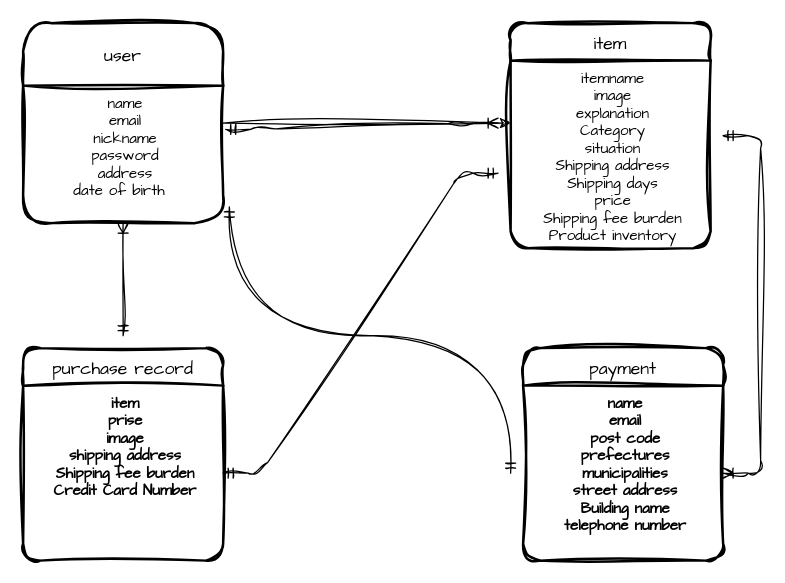
Above: .dio in murakamihibiki/furima-39596 (draw.io), before the change. Source tidied: cells renumbered, new cells numbered last; positions are measured from the earlier drawing's top-left corner, leaving out a move shared by most shapes. Both pictures are drawn from the tidied source at 125%, with x=0, y=0 at pixel (22, 22).
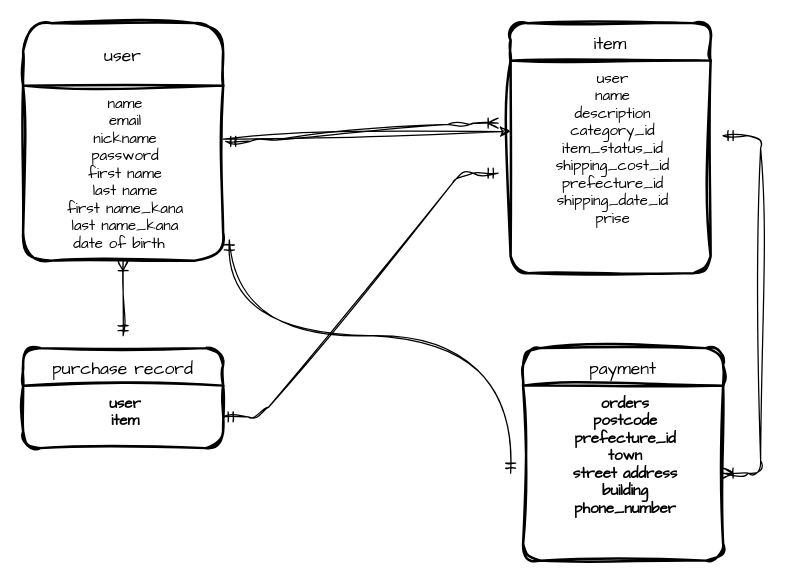
The same page after the edit.

The change refers to these unchanged cells:
```xml
<mxCell id="9" value="payment" style="swimlane;horizontal=1;startSize=30;rounded=1;fontSize=14;fontStyle=0;strokeWidth=2;shadow=0;dashed=0;align=center;sketch=1;hachureGap=4;jiggle=2;curveFitting=1;fontFamily=Architects Daughter;" parent="1" vertex="1">
  <mxGeometry x="400" y="260" width="160" height="170" as="geometry" />
</mxCell>
```

The edit, as a diff of the source:
```diff
@@
     <mxCell id="3" value="user" style="swimlane;horizontal=1;startSize=50;rounded=1;fontSize=14;fontStyle=0;strokeWidth=2;shadow=0;dashed=0;align=center;sketch=1;curveFitting=1;jiggle=2;fontFamily=Architects Daughter;" parent="1" vertex="1">
-      <mxGeometry width="160" height="160" as="geometry" />
+      <mxGeometry width="160" height="190" as="geometry" />
     </mxCell>
-    <mxCell id="4" value="name&#10;email&#10;nickname&#10;password&#10;address&#10;date of birth  &#10;" style="align=center;strokeColor=none;fillColor=none;spacingLeft=4;fontSize=12;verticalAlign=top;sketch=1;curveFitting=1;jiggle=2;fontFamily=Architects Daughter;" parent="3" vertex="1">
-      <mxGeometry y="50" width="160" height="110" as="geometry" />
+    <mxCell id="4" value="name&#10;email&#10;nickname&#10;password&#10;first name&#10;last name&#10;first name_kana&#10;last name_kana&#10;date of birth  &#10;" style="align=center;strokeColor=none;fillColor=none;spacingLeft=4;fontSize=12;verticalAlign=top;sketch=1;curveFitting=1;jiggle=2;fontFamily=Architects Daughter;" parent="3" vertex="1">
+      <mxGeometry y="50" width="160" height="140" as="geometry" />
     </mxCell>
     <mxCell id="5" value="item" style="swimlane;horizontal=1;startSize=30;rounded=1;fontSize=14;fontStyle=0;strokeWidth=2;shadow=0;dashed=0;align=center;sketch=1;curveFitting=1;jiggle=2;fontFamily=Architects Daughter;" parent="1" vertex="1">
-      <mxGeometry x="390" width="160" height="180" as="geometry" />
+      <mxGeometry x="390" width="160" height="200" as="geometry" />
     </mxCell>
-    <mxCell id="6" value="itemname&#10;image&#10;explanation&#10;Category&#10;situation&#10;Shipping address&#10;Shipping days&#10;price&#10;Shipping fee burden&#10;Product inventory" style="align=center;strokeColor=none;fillColor=none;spacingLeft=4;fontSize=12;verticalAlign=top;fontStyle=0;sketch=1;curveFitting=1;jiggle=2;fontFamily=Architects Daughter;" parent="5" vertex="1">
-      <mxGeometry y="30" width="160" height="150" as="geometry" />
+    <mxCell id="6" value="user&#10;name&#10;description&#10;category_id&#10;item_status_id&#10;shipping_cost_id&#10;prefecture_id&#10;shipping_date_id&#10;prise" style="align=center;strokeColor=none;fillColor=none;spacingLeft=4;fontSize=12;verticalAlign=top;fontStyle=0;sketch=1;curveFitting=1;jiggle=2;fontFamily=Architects Daughter;" parent="5" vertex="1">
+      <mxGeometry y="30" width="160" height="170" as="geometry" />
     </mxCell>
     <mxCell id="7" value="purchase record" style="swimlane;horizontal=1;startSize=30;rounded=1;fontSize=14;fontStyle=0;strokeWidth=2;shadow=0;dashed=0;align=center;sketch=1;hachureGap=4;jiggle=2;curveFitting=1;fontFamily=Architects Daughter;" parent="1" vertex="1">
-      <mxGeometry y="260" width="160" height="170" as="geometry" />
+      <mxGeometry y="260" width="160" height="80" as="geometry" />
     </mxCell>
-    <mxCell id="8" value="item&#10;prise&#10;image&#10;shipping address&#10;Shipping fee burden&#10;Credit Card Number" style="align=center;strokeColor=none;fillColor=none;spacingLeft=4;fontSize=12;verticalAlign=top;sketch=1;hachureGap=4;jiggle=2;curveFitting=1;fontFamily=Architects Daughter;fontStyle=1;" parent="7" vertex="1">
-      <mxGeometry y="30" width="160" height="140" as="geometry" />
+    <mxCell id="8" value="user&#10;item&#10;" style="align=center;strokeColor=none;fillColor=none;spacingLeft=4;fontSize=12;verticalAlign=top;sketch=1;hachureGap=4;jiggle=2;curveFitting=1;fontFamily=Architects Daughter;fontStyle=1;" parent="7" vertex="1">
+      <mxGeometry y="30" width="160" height="50" as="geometry" />
     </mxCell>
@@
-    <mxCell id="10" value="name&#10;email&#10;post code&#10;prefectures&#10;municipalities&#10;street address&#10;Building name&#10;telephone number" style="align=center;strokeColor=none;fillColor=none;spacingLeft=4;fontSize=12;verticalAlign=top;sketch=1;hachureGap=4;jiggle=2;curveFitting=1;fontFamily=Architects Daughter;fontStyle=1;" parent="9" vertex="1">
+    <mxCell id="10" value="orders&#10;postcode&#10;prefecture_id&#10;town&#10;street address&#10;building&#10;phone_number&#10;" style="align=center;strokeColor=none;fillColor=none;spacingLeft=4;fontSize=12;verticalAlign=top;sketch=1;hachureGap=4;jiggle=2;curveFitting=1;fontFamily=Architects Daughter;fontStyle=1;" parent="9" vertex="1">
       <mxGeometry y="30" width="160" height="140" as="geometry" />
     </mxCell>
```
